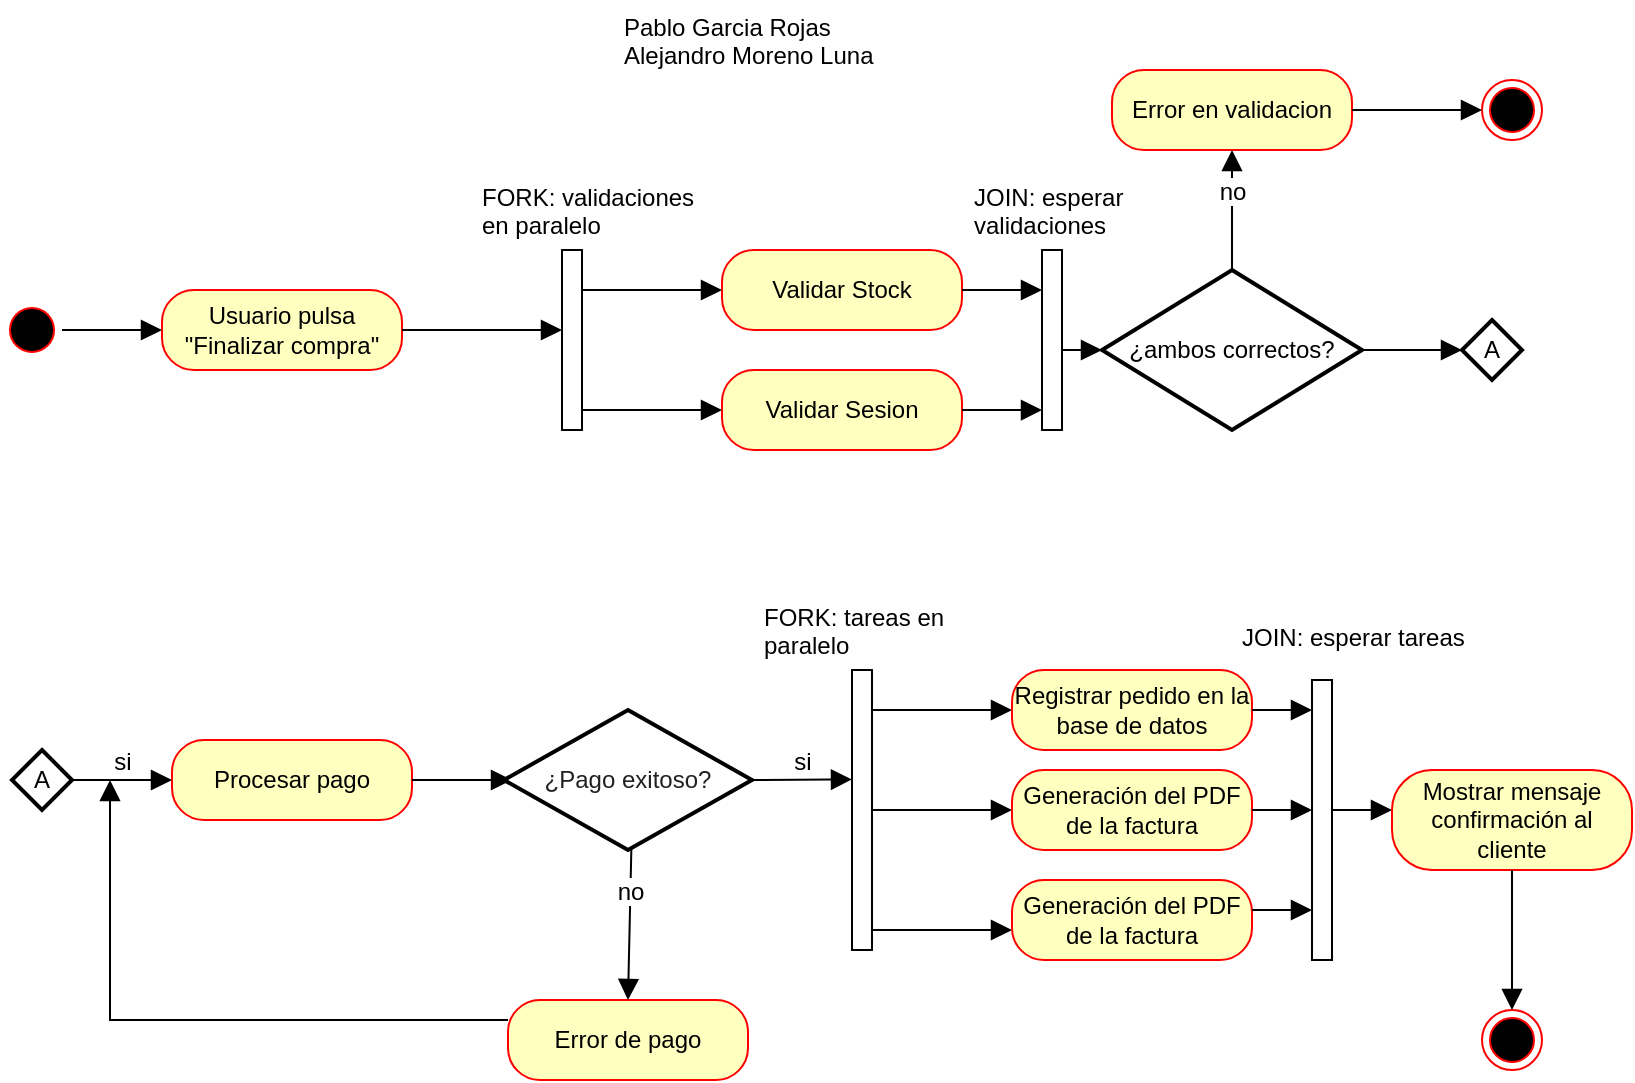
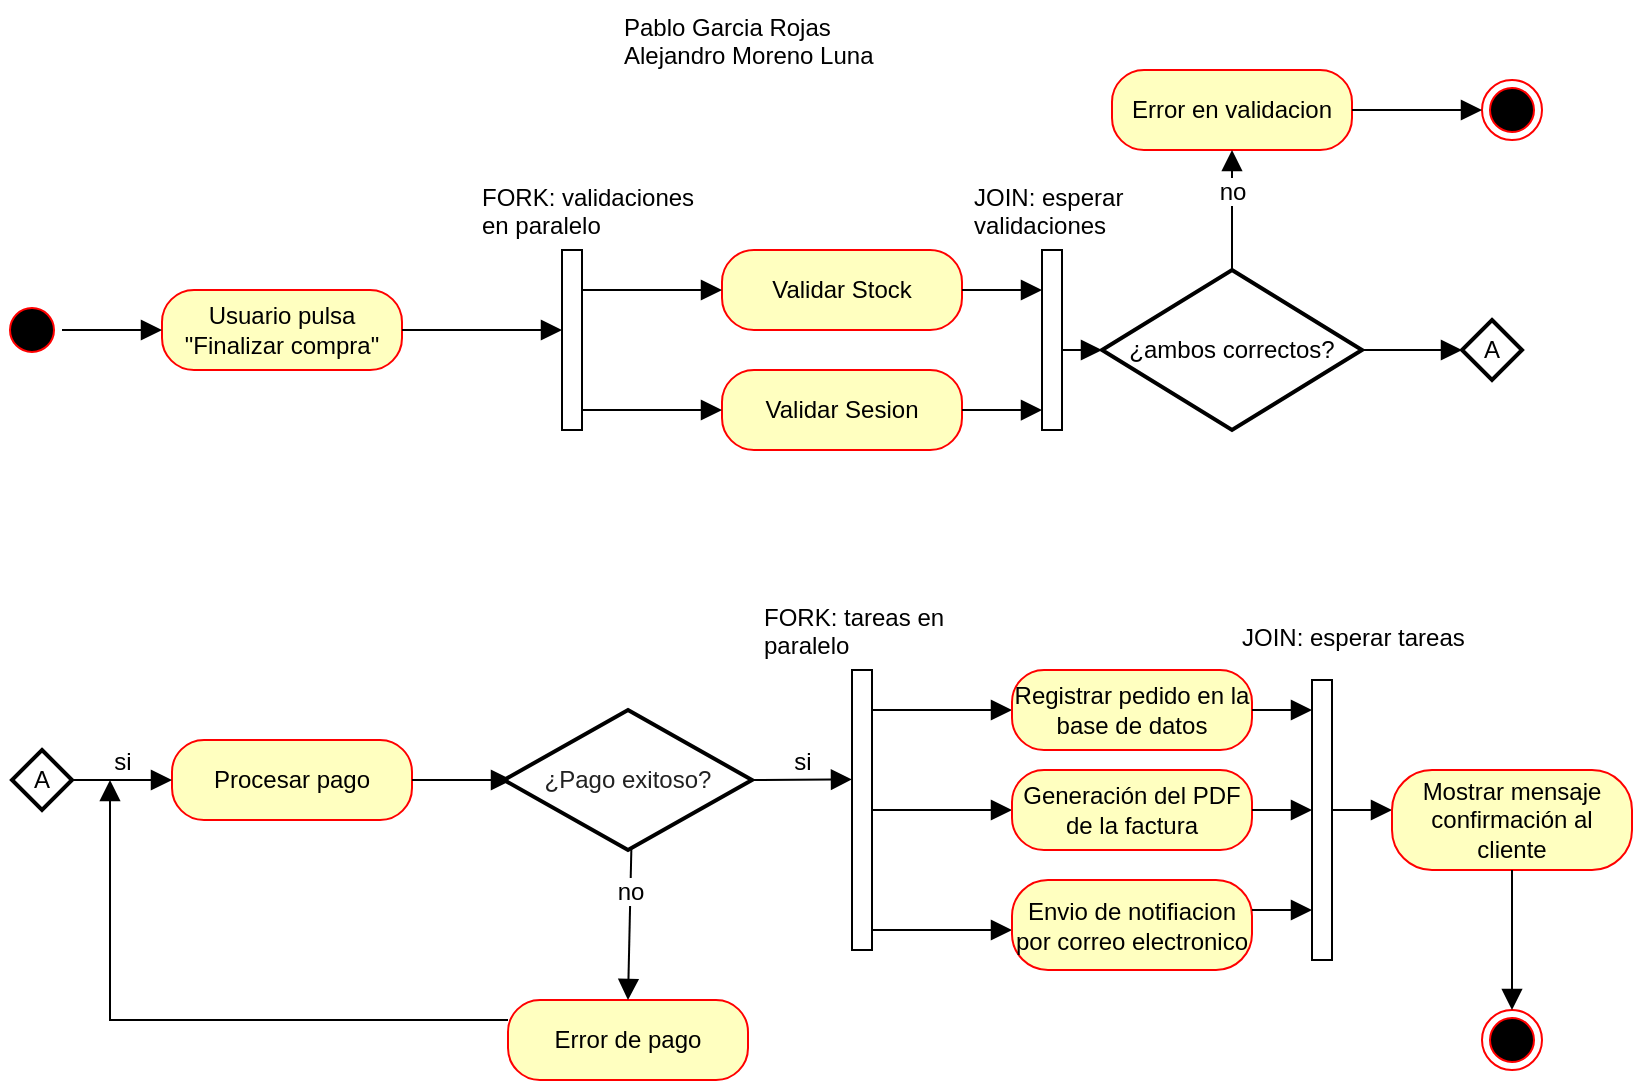
<mxfile host="app.diagrams.net">
  <diagram name="Página-1" id="-i4CQIWkJqqJYlgCGA_W">
    <mxGraphModel grid="1" page="1" gridSize="10" guides="1" tooltips="1" connect="1" arrows="1" fold="1" pageScale="1" pageWidth="827" pageHeight="1169" math="0" shadow="0">
      <root>
        <mxCell id="0" />
        <mxCell id="1" parent="0" />
        <mxCell id="6Q04y3ALYeOHcDZy0gWj-3" parent="1" style="ellipse;html=1;shape=startState;fillColor=#000000;strokeColor=#ff0000;" value="" vertex="1">
          <mxGeometry height="30" width="30" x="6" y="265" as="geometry" />
        </mxCell>
        <mxCell id="6Q04y3ALYeOHcDZy0gWj-9" parent="1" style="html=1;points=[[0,0,0,0,5],[0,1,0,0,-5],[1,0,0,0,5],[1,1,0,0,-5]];perimeter=orthogonalPerimeter;outlineConnect=0;targetShapes=umlLifeline;portConstraint=eastwest;newEdgeStyle={&quot;curved&quot;:0,&quot;rounded&quot;:0};" value="" vertex="1">
          <mxGeometry height="90" width="10" x="286" y="240" as="geometry" />
        </mxCell>
        <mxCell id="6Q04y3ALYeOHcDZy0gWj-10" parent="1" style="rounded=1;whiteSpace=wrap;html=1;arcSize=40;fontColor=#000000;fillColor=#ffffc0;strokeColor=#ff0000;" value="Usuario pulsa&lt;div&gt;&quot;Finalizar compra&quot;&lt;/div&gt;" vertex="1">
          <mxGeometry height="40" width="120" x="86" y="260" as="geometry" />
        </mxCell>
        <mxCell id="6Q04y3ALYeOHcDZy0gWj-12" parent="1" style="rounded=1;whiteSpace=wrap;html=1;arcSize=40;fontColor=#000000;fillColor=#ffffc0;strokeColor=#ff0000;" value="Validar Stock" vertex="1">
          <mxGeometry height="40" width="120" x="366" y="240" as="geometry" />
        </mxCell>
        <mxCell id="6Q04y3ALYeOHcDZy0gWj-13" parent="1" style="rounded=1;whiteSpace=wrap;html=1;arcSize=40;fontColor=#000000;fillColor=#ffffc0;strokeColor=#ff0000;" value="Validar Sesion" vertex="1">
          <mxGeometry height="40" width="120" x="366" y="300" as="geometry" />
        </mxCell>
        <mxCell id="6Q04y3ALYeOHcDZy0gWj-16" edge="1" parent="1" source="6Q04y3ALYeOHcDZy0gWj-9" style="html=1;verticalAlign=bottom;endArrow=block;curved=0;rounded=0;fontSize=12;startSize=8;endSize=8;entryX=0;entryY=0.5;entryDx=0;entryDy=0;" target="6Q04y3ALYeOHcDZy0gWj-12" value="">
          <mxGeometry relative="1" width="80" as="geometry">
            <mxPoint x="296" y="500" as="sourcePoint" />
            <mxPoint x="376" y="500" as="targetPoint" />
          </mxGeometry>
        </mxCell>
        <mxCell id="6Q04y3ALYeOHcDZy0gWj-18" edge="1" parent="1" source="6Q04y3ALYeOHcDZy0gWj-9" style="html=1;verticalAlign=bottom;endArrow=block;curved=0;rounded=0;fontSize=12;startSize=8;endSize=8;entryX=0;entryY=0.5;entryDx=0;entryDy=0;" target="6Q04y3ALYeOHcDZy0gWj-13" value="">
          <mxGeometry relative="1" width="80" as="geometry">
            <mxPoint x="296" y="430" as="sourcePoint" />
            <mxPoint x="376" y="430" as="targetPoint" />
          </mxGeometry>
        </mxCell>
        <mxCell id="6Q04y3ALYeOHcDZy0gWj-19" edge="1" parent="1" source="6Q04y3ALYeOHcDZy0gWj-10" style="html=1;verticalAlign=bottom;endArrow=block;curved=0;rounded=0;fontSize=12;startSize=8;endSize=8;exitX=1;exitY=0.5;exitDx=0;exitDy=0;" target="6Q04y3ALYeOHcDZy0gWj-9" value="">
          <mxGeometry relative="1" width="80" as="geometry">
            <mxPoint x="296" y="430" as="sourcePoint" />
            <mxPoint x="376" y="430" as="targetPoint" />
          </mxGeometry>
        </mxCell>
        <mxCell id="6Q04y3ALYeOHcDZy0gWj-20" edge="1" parent="1" source="6Q04y3ALYeOHcDZy0gWj-3" style="html=1;verticalAlign=bottom;endArrow=block;curved=0;rounded=0;fontSize=12;startSize=8;endSize=8;exitX=1;exitY=0.5;exitDx=0;exitDy=0;" target="6Q04y3ALYeOHcDZy0gWj-10" value="">
          <mxGeometry relative="1" width="80" as="geometry">
            <mxPoint x="226" y="430" as="sourcePoint" />
            <mxPoint x="306" y="430" as="targetPoint" />
          </mxGeometry>
        </mxCell>
        <mxCell id="6Q04y3ALYeOHcDZy0gWj-21" parent="1" style="strokeWidth=2;html=1;shape=mxgraph.flowchart.decision;whiteSpace=wrap;" value="¿ambos correctos?" vertex="1">
          <mxGeometry height="80" width="130" x="556" y="250" as="geometry" />
        </mxCell>
        <mxCell id="6Q04y3ALYeOHcDZy0gWj-26" parent="1" style="html=1;points=[[0,0,0,0,5],[0,1,0,0,-5],[1,0,0,0,5],[1,1,0,0,-5]];perimeter=orthogonalPerimeter;outlineConnect=0;targetShapes=umlLifeline;portConstraint=eastwest;newEdgeStyle={&quot;curved&quot;:0,&quot;rounded&quot;:0};" value="" vertex="1">
          <mxGeometry height="90" width="10" x="526" y="240" as="geometry" />
        </mxCell>
        <mxCell id="6Q04y3ALYeOHcDZy0gWj-27" edge="1" parent="1" source="6Q04y3ALYeOHcDZy0gWj-12" style="html=1;verticalAlign=bottom;endArrow=block;curved=0;rounded=0;fontSize=12;startSize=8;endSize=8;exitX=1;exitY=0.5;exitDx=0;exitDy=0;" target="6Q04y3ALYeOHcDZy0gWj-26" value="">
          <mxGeometry relative="1" width="80" as="geometry">
            <mxPoint x="506" y="330" as="sourcePoint" />
            <mxPoint x="576" y="330" as="targetPoint" />
          </mxGeometry>
        </mxCell>
        <mxCell id="6Q04y3ALYeOHcDZy0gWj-28" edge="1" parent="1" source="6Q04y3ALYeOHcDZy0gWj-13" style="html=1;verticalAlign=bottom;endArrow=block;curved=0;rounded=0;fontSize=12;startSize=8;endSize=8;entryX=0;entryY=0.889;entryDx=0;entryDy=0;entryPerimeter=0;" target="6Q04y3ALYeOHcDZy0gWj-26" value="">
          <mxGeometry relative="1" width="80" as="geometry">
            <mxPoint x="386" y="370" as="sourcePoint" />
            <mxPoint x="456" y="370" as="targetPoint" />
          </mxGeometry>
        </mxCell>
        <mxCell id="6Q04y3ALYeOHcDZy0gWj-30" edge="1" parent="1" source="6Q04y3ALYeOHcDZy0gWj-26" style="html=1;verticalAlign=bottom;endArrow=block;curved=0;rounded=0;fontSize=12;startSize=8;endSize=8;entryX=0;entryY=0.5;entryDx=0;entryDy=0;entryPerimeter=0;" target="6Q04y3ALYeOHcDZy0gWj-21" value="">
          <mxGeometry relative="1" width="80" as="geometry">
            <mxPoint x="436" y="420" as="sourcePoint" />
            <mxPoint x="516" y="420" as="targetPoint" />
          </mxGeometry>
        </mxCell>
        <mxCell id="6Q04y3ALYeOHcDZy0gWj-34" parent="1" style="strokeWidth=2;html=1;shape=mxgraph.flowchart.decision;whiteSpace=wrap;" value="A" vertex="1">
          <mxGeometry height="30" width="30" x="736" y="275" as="geometry" />
        </mxCell>
        <mxCell id="6Q04y3ALYeOHcDZy0gWj-35" edge="1" parent="1" source="6Q04y3ALYeOHcDZy0gWj-21" style="html=1;verticalAlign=bottom;endArrow=block;curved=0;rounded=0;fontSize=12;startSize=8;endSize=8;entryX=0;entryY=0.5;entryDx=0;entryDy=0;entryPerimeter=0;exitX=1;exitY=0.5;exitDx=0;exitDy=0;exitPerimeter=0;" target="6Q04y3ALYeOHcDZy0gWj-34" value="">
          <mxGeometry relative="1" width="80" as="geometry">
            <mxPoint x="446" y="300" as="sourcePoint" />
            <mxPoint x="526" y="300" as="targetPoint" />
          </mxGeometry>
        </mxCell>
        <mxCell id="6Q04y3ALYeOHcDZy0gWj-38" parent="1" style="strokeWidth=2;html=1;shape=mxgraph.flowchart.decision;whiteSpace=wrap;" value="A" vertex="1">
          <mxGeometry height="30" width="30" x="11" y="490" as="geometry" />
        </mxCell>
        <mxCell id="6Q04y3ALYeOHcDZy0gWj-39" parent="1" style="rounded=1;whiteSpace=wrap;html=1;arcSize=40;fontColor=#000000;fillColor=#ffffc0;strokeColor=#ff0000;" value="Procesar pago" vertex="1">
          <mxGeometry height="40" width="120" x="91" y="485" as="geometry" />
        </mxCell>
        <mxCell id="6Q04y3ALYeOHcDZy0gWj-40" edge="1" parent="1" source="6Q04y3ALYeOHcDZy0gWj-38" style="html=1;verticalAlign=bottom;endArrow=block;curved=0;rounded=0;fontSize=12;startSize=8;endSize=8;entryX=0;entryY=0.5;entryDx=0;entryDy=0;exitX=1;exitY=0.5;exitDx=0;exitDy=0;exitPerimeter=0;" target="6Q04y3ALYeOHcDZy0gWj-39" value="si">
          <mxGeometry relative="1" width="80" as="geometry">
            <mxPoint x="11" y="590" as="sourcePoint" />
            <mxPoint x="91" y="590" as="targetPoint" />
          </mxGeometry>
        </mxCell>
        <mxCell id="6Q04y3ALYeOHcDZy0gWj-41" parent="1" style="rounded=1;whiteSpace=wrap;html=1;arcSize=40;fontColor=#000000;fillColor=#ffffc0;strokeColor=#ff0000;" value="Error en validacion" vertex="1">
          <mxGeometry height="40" width="120" x="561" y="150" as="geometry" />
        </mxCell>
        <mxCell id="6Q04y3ALYeOHcDZy0gWj-43" parent="1" style="ellipse;html=1;shape=endState;fillColor=#000000;strokeColor=#ff0000;" value="" vertex="1">
          <mxGeometry height="30" width="30" x="746" y="155" as="geometry" />
        </mxCell>
        <mxCell id="6Q04y3ALYeOHcDZy0gWj-44" edge="1" parent="1" source="6Q04y3ALYeOHcDZy0gWj-41" style="html=1;verticalAlign=bottom;endArrow=block;curved=0;rounded=0;fontSize=12;startSize=8;endSize=8;entryX=0;entryY=0.5;entryDx=0;entryDy=0;exitX=1;exitY=0.5;exitDx=0;exitDy=0;" target="6Q04y3ALYeOHcDZy0gWj-43" value="">
          <mxGeometry relative="1" width="80" as="geometry">
            <mxPoint x="586" y="310" as="sourcePoint" />
            <mxPoint x="666" y="310" as="targetPoint" />
          </mxGeometry>
        </mxCell>
        <mxCell id="6Q04y3ALYeOHcDZy0gWj-45" edge="1" parent="1" source="6Q04y3ALYeOHcDZy0gWj-21" style="html=1;verticalAlign=bottom;endArrow=block;curved=0;rounded=0;fontSize=12;startSize=8;endSize=8;entryX=0.5;entryY=1;entryDx=0;entryDy=0;exitX=0.5;exitY=0;exitDx=0;exitDy=0;exitPerimeter=0;" target="6Q04y3ALYeOHcDZy0gWj-41" value="no">
          <mxGeometry relative="1" width="80" as="geometry">
            <mxPoint x="586" y="310" as="sourcePoint" />
            <mxPoint x="666" y="310" as="targetPoint" />
          </mxGeometry>
        </mxCell>
        <mxCell id="6Q04y3ALYeOHcDZy0gWj-47" edge="1" parent="1" style="html=1;verticalAlign=bottom;endArrow=block;curved=0;rounded=0;fontSize=12;startSize=8;endSize=8;entryX=0;entryY=0.5;entryDx=0;entryDy=0;exitX=1;exitY=0.5;exitDx=0;exitDy=0;exitPerimeter=0;" value="">
          <mxGeometry relative="1" width="80" as="geometry">
            <mxPoint x="211" y="505" as="sourcePoint" />
            <mxPoint x="261" y="505" as="targetPoint" />
          </mxGeometry>
        </mxCell>
        <mxCell id="6Q04y3ALYeOHcDZy0gWj-48" parent="1" style="rounded=1;whiteSpace=wrap;html=1;arcSize=40;fontColor=#000000;fillColor=#ffffc0;strokeColor=#ff0000;" value="Error de pago" vertex="1">
          <mxGeometry height="40" width="120" x="259" y="615" as="geometry" />
        </mxCell>
        <mxCell id="6Q04y3ALYeOHcDZy0gWj-50" edge="1" parent="1" source="6Q04y3ALYeOHcDZy0gWj-48" style="html=1;verticalAlign=bottom;endArrow=block;curved=0;rounded=0;fontSize=12;startSize=8;endSize=8;exitX=0;exitY=0.25;exitDx=0;exitDy=0;" value="">
          <mxGeometry relative="1" width="80" as="geometry">
            <Array as="points">
              <mxPoint x="60" y="625" />
            </Array>
            <mxPoint x="301" y="750" as="sourcePoint" />
            <mxPoint x="60" y="505" as="targetPoint" />
          </mxGeometry>
        </mxCell>
        <mxCell id="6Q04y3ALYeOHcDZy0gWj-51" edge="1" parent="1" style="html=1;verticalAlign=bottom;endArrow=block;curved=0;rounded=0;fontSize=12;startSize=8;endSize=8;entryX=0.5;entryY=0;entryDx=0;entryDy=0;exitX=0.5;exitY=1;exitDx=0;exitDy=0;" target="6Q04y3ALYeOHcDZy0gWj-48" value="no">
          <mxGeometry relative="1" width="80" as="geometry">
            <mxPoint x="321" y="525" as="sourcePoint" />
            <mxPoint x="451" y="520" as="targetPoint" />
          </mxGeometry>
        </mxCell>
        <mxCell id="6Q04y3ALYeOHcDZy0gWj-52" edge="1" parent="1" style="html=1;verticalAlign=bottom;endArrow=block;curved=0;rounded=0;fontSize=12;startSize=8;endSize=8;entryX=0;entryY=0.5;entryDx=0;entryDy=0;" value="si">
          <mxGeometry relative="1" width="80" as="geometry">
            <mxPoint x="381" y="505" as="sourcePoint" />
            <mxPoint x="431" y="504.71" as="targetPoint" />
          </mxGeometry>
        </mxCell>
        <mxCell id="6Q04y3ALYeOHcDZy0gWj-54" parent="1" style="html=1;points=[[0,0,0,0,5],[0,1,0,0,-5],[1,0,0,0,5],[1,1,0,0,-5]];perimeter=orthogonalPerimeter;outlineConnect=0;targetShapes=umlLifeline;portConstraint=eastwest;newEdgeStyle={&quot;curved&quot;:0,&quot;rounded&quot;:0};" value="" vertex="1">
          <mxGeometry height="140" width="10" x="431" y="450" as="geometry" />
        </mxCell>
        <mxCell id="6Q04y3ALYeOHcDZy0gWj-55" edge="1" parent="1" source="6Q04y3ALYeOHcDZy0gWj-54" style="html=1;verticalAlign=bottom;endArrow=block;curved=0;rounded=0;fontSize=12;startSize=8;endSize=8;entryX=0;entryY=0.5;entryDx=0;entryDy=0;" value="">
          <mxGeometry relative="1" width="80" as="geometry">
            <mxPoint x="441" y="710" as="sourcePoint" />
            <mxPoint x="511" y="470" as="targetPoint" />
          </mxGeometry>
        </mxCell>
        <mxCell id="6Q04y3ALYeOHcDZy0gWj-56" edge="1" parent="1" style="html=1;verticalAlign=bottom;endArrow=block;curved=0;rounded=0;fontSize=12;startSize=8;endSize=8;entryX=0;entryY=0.5;entryDx=0;entryDy=0;" value="">
          <mxGeometry relative="1" width="80" as="geometry">
            <mxPoint x="441" y="520" as="sourcePoint" />
            <mxPoint x="511" y="520" as="targetPoint" />
          </mxGeometry>
        </mxCell>
        <mxCell id="6Q04y3ALYeOHcDZy0gWj-57" parent="1" style="rounded=1;whiteSpace=wrap;html=1;arcSize=40;fontColor=#000000;fillColor=#ffffc0;strokeColor=#ff0000;" value="Registrar pedido en la base de datos" vertex="1">
          <mxGeometry height="40" width="120" x="511" y="450" as="geometry" />
        </mxCell>
        <mxCell id="6Q04y3ALYeOHcDZy0gWj-58" edge="1" parent="1" style="html=1;verticalAlign=bottom;endArrow=block;curved=0;rounded=0;fontSize=12;startSize=8;endSize=8;entryX=0;entryY=0.5;entryDx=0;entryDy=0;" value="">
          <mxGeometry relative="1" width="80" as="geometry">
            <mxPoint x="441" y="580" as="sourcePoint" />
            <mxPoint x="511" y="580" as="targetPoint" />
          </mxGeometry>
        </mxCell>
        <mxCell id="6Q04y3ALYeOHcDZy0gWj-59" parent="1" style="rounded=1;whiteSpace=wrap;html=1;arcSize=40;fontColor=#000000;fillColor=#ffffc0;strokeColor=#ff0000;" value="Generación del PDF de la factura" vertex="1">
          <mxGeometry height="40" width="120" x="511" y="500" as="geometry" />
        </mxCell>
-         <mxCell id="6Q04y3ALYeOHcDZy0gWj-60" parent="1" style="rounded=1;whiteSpace=wrap;html=1;arcSize=40;fontColor=#000000;fillColor=#ffffc0;strokeColor=#ff0000;" value="Generación del PDF de la factura" vertex="1">
-           <mxGeometry height="40" width="120" x="511" y="555" as="geometry" />
+         <mxCell id="6Q04y3ALYeOHcDZy0gWj-60" parent="1" style="rounded=1;whiteSpace=wrap;html=1;arcSize=40;fontColor=#000000;fillColor=#ffffc0;strokeColor=#ff0000;" value="Envio de notifiacion por correo electronico" vertex="1">
+           <mxGeometry height="45" width="120" x="511" y="555" as="geometry" />
        </mxCell>
        <mxCell id="6Q04y3ALYeOHcDZy0gWj-61" parent="1" style="html=1;points=[[0,0,0,0,5],[0,1,0,0,-5],[1,0,0,0,5],[1,1,0,0,-5]];perimeter=orthogonalPerimeter;outlineConnect=0;targetShapes=umlLifeline;portConstraint=eastwest;newEdgeStyle={&quot;curved&quot;:0,&quot;rounded&quot;:0};" value="" vertex="1">
          <mxGeometry height="140" width="10" x="661" y="455" as="geometry" />
        </mxCell>
        <mxCell id="6Q04y3ALYeOHcDZy0gWj-62" edge="1" parent="1" source="6Q04y3ALYeOHcDZy0gWj-59" style="html=1;verticalAlign=bottom;endArrow=block;curved=0;rounded=0;fontSize=12;startSize=8;endSize=8;exitX=1;exitY=0.5;exitDx=0;exitDy=0;" target="6Q04y3ALYeOHcDZy0gWj-61" value="">
          <mxGeometry relative="1" width="80" as="geometry">
            <mxPoint x="601" y="550" as="sourcePoint" />
            <mxPoint x="671" y="550" as="targetPoint" />
          </mxGeometry>
        </mxCell>
        <mxCell id="6Q04y3ALYeOHcDZy0gWj-63" edge="1" parent="1" source="6Q04y3ALYeOHcDZy0gWj-57" style="html=1;verticalAlign=bottom;endArrow=block;curved=0;rounded=0;fontSize=12;startSize=8;endSize=8;exitX=1;exitY=0.5;exitDx=0;exitDy=0;" target="6Q04y3ALYeOHcDZy0gWj-61" value="">
          <mxGeometry relative="1" width="80" as="geometry">
            <mxPoint x="651" y="530" as="sourcePoint" />
            <mxPoint x="641" y="470" as="targetPoint" />
          </mxGeometry>
        </mxCell>
        <mxCell id="6Q04y3ALYeOHcDZy0gWj-64" edge="1" parent="1" style="html=1;verticalAlign=bottom;endArrow=block;curved=0;rounded=0;fontSize=12;startSize=8;endSize=8;" target="6Q04y3ALYeOHcDZy0gWj-61" value="">
          <mxGeometry relative="1" width="80" as="geometry">
            <Array as="points">
              <mxPoint x="631" y="570" />
            </Array>
            <mxPoint x="631" y="570" as="sourcePoint" />
            <mxPoint x="691" y="540" as="targetPoint" />
          </mxGeometry>
        </mxCell>
        <mxCell id="6Q04y3ALYeOHcDZy0gWj-66" edge="1" parent="1" style="html=1;verticalAlign=bottom;endArrow=block;curved=0;rounded=0;fontSize=12;startSize=8;endSize=8;exitX=1;exitY=0.5;exitDx=0;exitDy=0;" value="">
          <mxGeometry relative="1" width="80" as="geometry">
            <mxPoint x="671" y="520" as="sourcePoint" />
            <mxPoint x="701" y="520" as="targetPoint" />
          </mxGeometry>
        </mxCell>
        <mxCell id="6Q04y3ALYeOHcDZy0gWj-67" parent="1" style="rounded=1;whiteSpace=wrap;html=1;arcSize=40;fontColor=#000000;fillColor=#ffffc0;strokeColor=#ff0000;" value="Mostrar mensaje&lt;div&gt;confirmación al cliente&lt;/div&gt;" vertex="1">
          <mxGeometry height="50" width="120" x="701" y="500" as="geometry" />
        </mxCell>
        <mxCell id="c6FbAtL6fV1R6lBO7-jA-1" parent="1" style="text;strokeColor=none;fillColor=none;align=left;verticalAlign=top;spacingLeft=4;spacingRight=4;overflow=hidden;rotatable=0;points=[[0,0.5],[1,0.5]];portConstraint=eastwest;whiteSpace=wrap;html=1;" value="FORK: validaciones en paralelo" vertex="1">
          <mxGeometry height="40" width="126" x="240" y="200" as="geometry" />
        </mxCell>
        <mxCell id="c6FbAtL6fV1R6lBO7-jA-3" parent="1" style="text;strokeColor=none;fillColor=none;align=left;verticalAlign=top;spacingLeft=4;spacingRight=4;overflow=hidden;rotatable=0;points=[[0,0.5],[1,0.5]];portConstraint=eastwest;whiteSpace=wrap;html=1;" value="JOIN: esperar validaciones" vertex="1">
          <mxGeometry height="40" width="126" x="486" y="200" as="geometry" />
        </mxCell>
        <mxCell id="c6FbAtL6fV1R6lBO7-jA-4" parent="1" style="text;strokeColor=none;fillColor=none;align=left;verticalAlign=top;spacingLeft=4;spacingRight=4;overflow=hidden;rotatable=0;points=[[0,0.5],[1,0.5]];portConstraint=eastwest;whiteSpace=wrap;html=1;" value="FORK: tareas en paralelo" vertex="1">
          <mxGeometry height="40" width="126" x="381" y="410" as="geometry" />
        </mxCell>
        <mxCell id="c6FbAtL6fV1R6lBO7-jA-5" parent="1" style="text;strokeColor=none;fillColor=none;align=left;verticalAlign=top;spacingLeft=4;spacingRight=4;overflow=hidden;rotatable=0;points=[[0,0.5],[1,0.5]];portConstraint=eastwest;whiteSpace=wrap;html=1;" value="JOIN: esperar tareas" vertex="1">
          <mxGeometry height="40" width="126" x="620" y="420" as="geometry" />
        </mxCell>
        <mxCell id="c6FbAtL6fV1R6lBO7-jA-6" parent="1" style="text;strokeColor=none;fillColor=none;align=left;verticalAlign=top;spacingLeft=4;spacingRight=4;overflow=hidden;rotatable=0;points=[[0,0.5],[1,0.5]];portConstraint=eastwest;whiteSpace=wrap;html=1;" value="Pablo Garcia Rojas&lt;div&gt;Alejandro Moreno Luna&lt;/div&gt;" vertex="1">
          <mxGeometry height="40" width="180" x="311" y="115" as="geometry" />
        </mxCell>
        <mxCell id="c6FbAtL6fV1R6lBO7-jA-7" parent="1" style="ellipse;html=1;shape=endState;fillColor=#000000;strokeColor=#ff0000;" value="" vertex="1">
          <mxGeometry height="30" width="30" x="746" y="620" as="geometry" />
        </mxCell>
        <mxCell id="c6FbAtL6fV1R6lBO7-jA-8" edge="1" parent="1" source="6Q04y3ALYeOHcDZy0gWj-67" style="html=1;verticalAlign=bottom;endArrow=block;curved=0;rounded=0;fontSize=12;startSize=8;endSize=8;entryX=0.5;entryY=0;entryDx=0;entryDy=0;" target="c6FbAtL6fV1R6lBO7-jA-7" value="">
          <mxGeometry relative="1" width="80" as="geometry">
            <mxPoint x="360" y="500" as="sourcePoint" />
            <mxPoint x="440" y="500" as="targetPoint" />
          </mxGeometry>
        </mxCell>
        <mxCell id="c6FbAtL6fV1R6lBO7-jA-9" parent="1" style="strokeWidth=2;html=1;shape=mxgraph.flowchart.decision;whiteSpace=wrap;" value="&lt;span style=&quot;color: rgb(33, 33, 33);&quot;&gt;¿Pago exitoso?&lt;/span&gt;" vertex="1">
          <mxGeometry height="70" width="124" x="257" y="470" as="geometry" />
        </mxCell>
      </root>
    </mxGraphModel>
  </diagram>
</mxfile>
